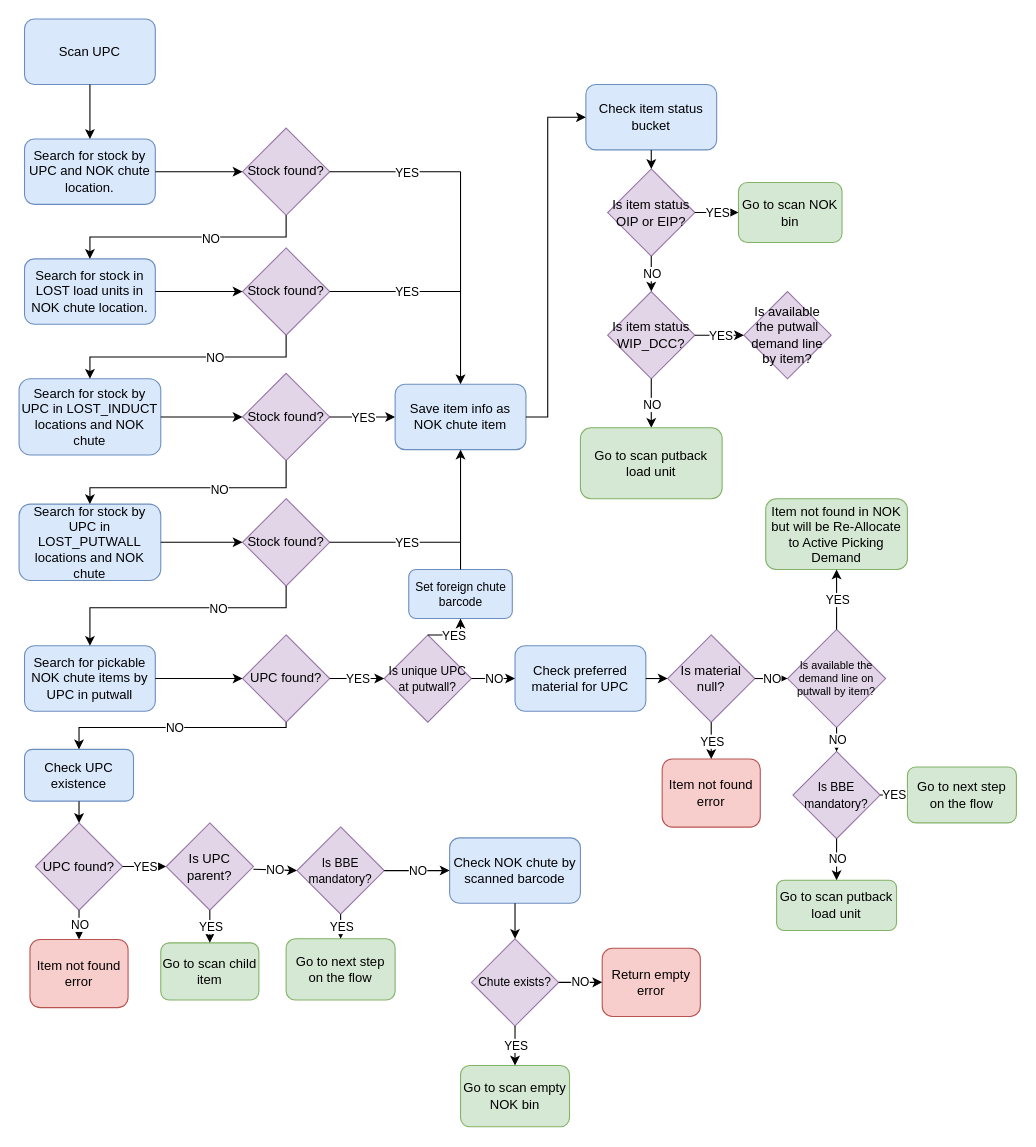
This is Untitled Diagram.drawio from itzelvigil/RepositorioPrueba, a draw.io file, before an edit. Source tidied: cells renumbered, new cells numbered last; positions are measured from the earlier drawing's top-left corner, leaving out a move shared by most shapes. Both pictures are drawn from the tidied source at 109%, with x=0, y=0 at pixel (19, 19).
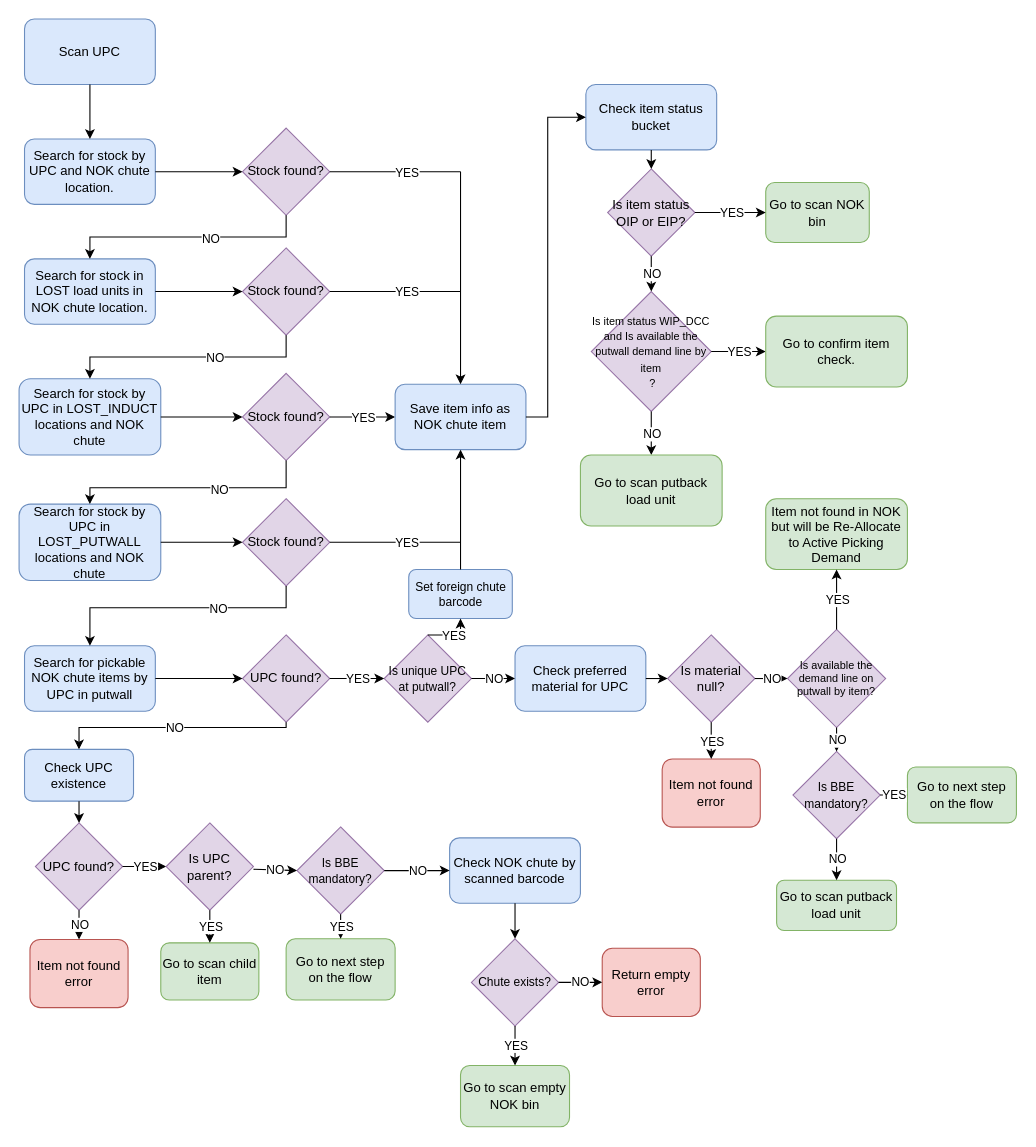
After the change.

What changed in the source:
```diff
@@
     <mxCell id="58" value="&lt;font style=&quot;font-size: 12px;&quot;&gt;Go to scan NOK bin&lt;/font&gt;" style="rounded=1;whiteSpace=wrap;html=1;fontSize=10;fillColor=#d5e8d4;strokeColor=#82b366;" parent="1" vertex="1">
-      <mxGeometry x="660" y="150" width="95" height="55" as="geometry" />
+      <mxGeometry x="685" y="150" width="95" height="55" as="geometry" />
     </mxCell>
@@
-    <mxCell id="61" value="Is item status WIP_DCC?" style="rhombus;whiteSpace=wrap;html=1;fillColor=#e1d5e7;strokeColor=#9673a6;" parent="1" vertex="1">
-      <mxGeometry x="540" y="250" width="80" height="80" as="geometry" />
+    <mxCell id="61" value="&lt;font style=&quot;font-size: 10px;&quot;&gt;Is item status WIP_DCC and Is available the putwall demand line by item&lt;br&gt;&amp;nbsp;?&lt;/font&gt;" style="rhombus;whiteSpace=wrap;html=1;fillColor=#e1d5e7;strokeColor=#9673a6;" parent="1" vertex="1">
+      <mxGeometry x="525" y="250" width="110" height="110" as="geometry" />
     </mxCell>
@@
     <mxCell id="66" value="&lt;font style=&quot;font-size: 12px;&quot;&gt;Go to scan putback load unit&lt;/font&gt;" style="rounded=1;whiteSpace=wrap;html=1;fontSize=10;fillColor=#d5e8d4;strokeColor=#82b366;" parent="1" vertex="1">
-      <mxGeometry x="515" y="375" width="130" height="65" as="geometry" />
+      <mxGeometry x="515" y="400" width="130" height="65" as="geometry" />
     </mxCell>
-    <mxCell id="67" value="Is available the putwall demand line by item?" style="rhombus;whiteSpace=wrap;html=1;fillColor=#e1d5e7;strokeColor=#9673a6;" parent="1" vertex="1">
-      <mxGeometry x="665" y="250" width="80" height="80" as="geometry" />
-    </mxCell>
-    <mxCell id="68" style="endArrow=classic;html=1;rounded=0;fontSize=11;exitX=1;exitY=0.5;exitDx=0;exitDy=0;entryX=0;entryY=0.5;entryDx=0;entryDy=0;" parent="1" edge="1" source="61" target="67">
+    <mxCell id="68" style="endArrow=classic;html=1;rounded=0;fontSize=11;exitX=1;exitY=0.5;exitDx=0;exitDy=0;entryX=0;entryY=0.5;entryDx=0;entryDy=0;" parent="1" edge="1" source="61" target="114">
       <mxGeometry relative="1" as="geometry" />
     </mxCell>
@@
+    <mxCell id="114" value="&lt;font style=&quot;font-size: 12px;&quot;&gt;Go to confirm item check.&lt;/font&gt;" style="rounded=1;whiteSpace=wrap;html=1;fontSize=10;fillColor=#d5e8d4;strokeColor=#82b366;" parent="1" vertex="1">
+      <mxGeometry x="685" y="272.5" width="130" height="65" as="geometry" />
+    </mxCell>
```
